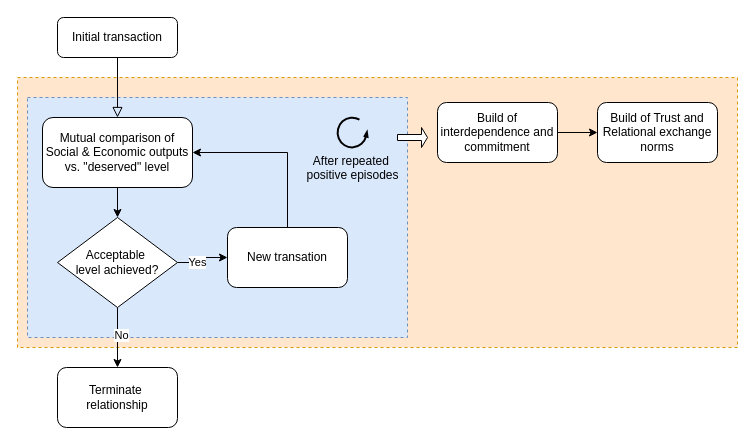
The draw.io diagram set_5_3_1.drawio in jcaballe1/hello-world, before the edit. Source tidied: cells renumbered, new cells numbered last; positions are measured from the earlier drawing's top-left corner, leaving out a move shared by most shapes. Both pictures are drawn from the tidied source at 100%, with x=0, y=0 at pixel (17, 17).
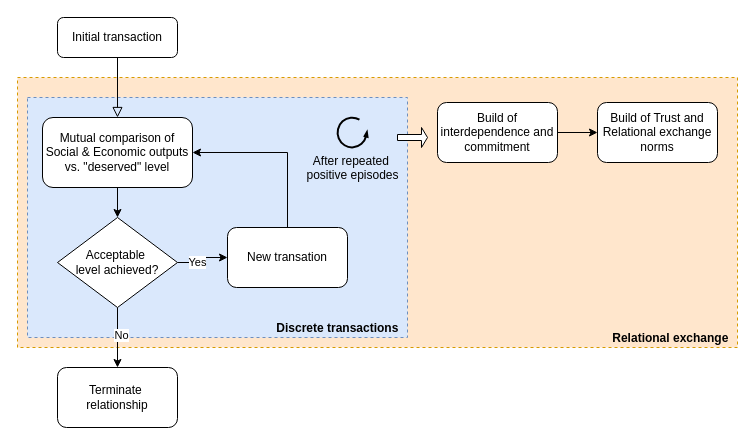
Above is the later version.

What changed in the source:
```diff
@@
-    <mxCell id="2" style="rounded=0;whiteSpace=wrap;html=1;fillColor=#ffe6cc;dashed=1;strokeColor=#d79b00;" parent="1" vertex="1">
+    <mxCell id="2" value="Relational exchange&amp;nbsp;&amp;nbsp;" style="rounded=0;whiteSpace=wrap;html=1;fillColor=#ffe6cc;dashed=1;strokeColor=#d79b00;align=right;verticalAlign=bottom;fontStyle=1;" parent="1" vertex="1">
       <mxGeometry y="60" width="720" height="270" as="geometry" />
     </mxCell>
-    <mxCell id="3" style="rounded=0;whiteSpace=wrap;html=1;fillColor=#dae8fc;dashed=1;strokeColor=#6c8ebf;" parent="1" vertex="1">
+    <mxCell id="3" value="Discrete transactions&amp;nbsp;&amp;nbsp;" style="rounded=0;whiteSpace=wrap;html=1;fillColor=#dae8fc;dashed=1;strokeColor=#6c8ebf;align=right;verticalAlign=bottom;fontStyle=1;" parent="1" vertex="1">
       <mxGeometry x="10" y="80" width="380" height="240" as="geometry" />
     </mxCell>
```
